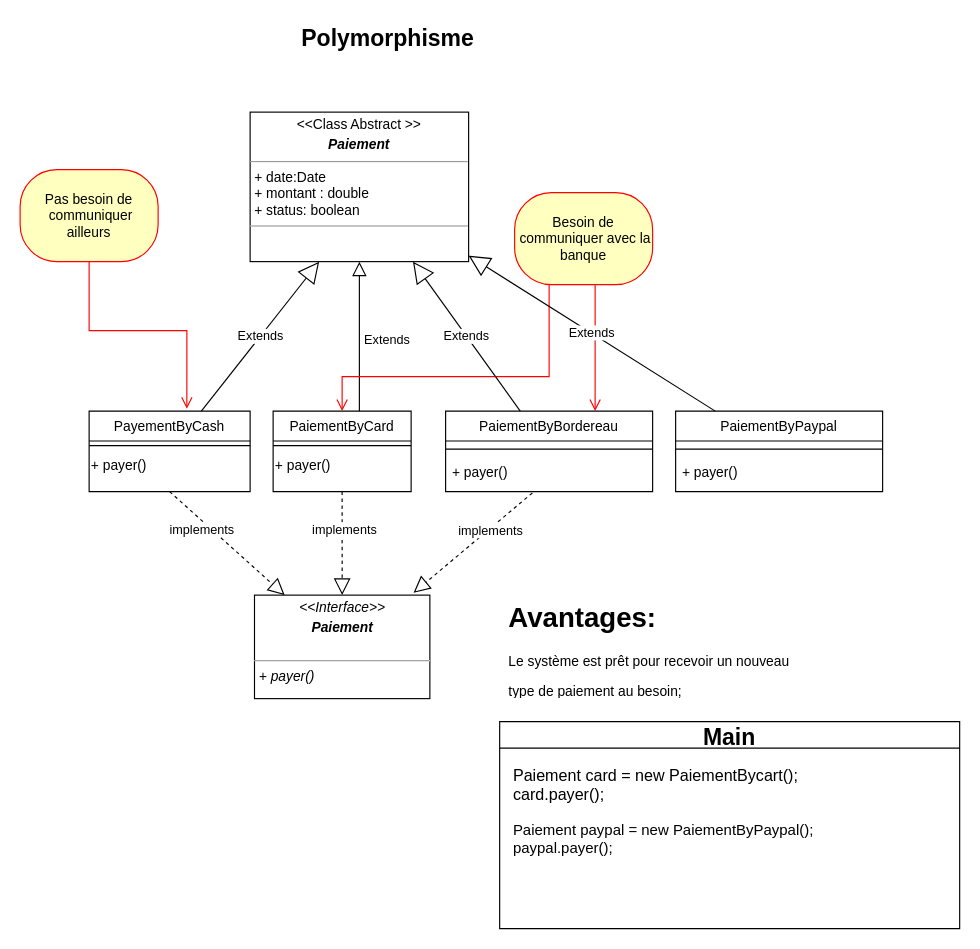
This is Polymorphisme/Polymorphisme.drawio from LuisCODS/UML-POO, a draw.io file, before an edit. Source tidied: cells renumbered, new cells numbered last; positions are measured from the earlier drawing's top-left corner, leaving out a move shared by most shapes. Both pictures are drawn from the tidied source at 115%, with x=0, y=0 at pixel (20, 20).
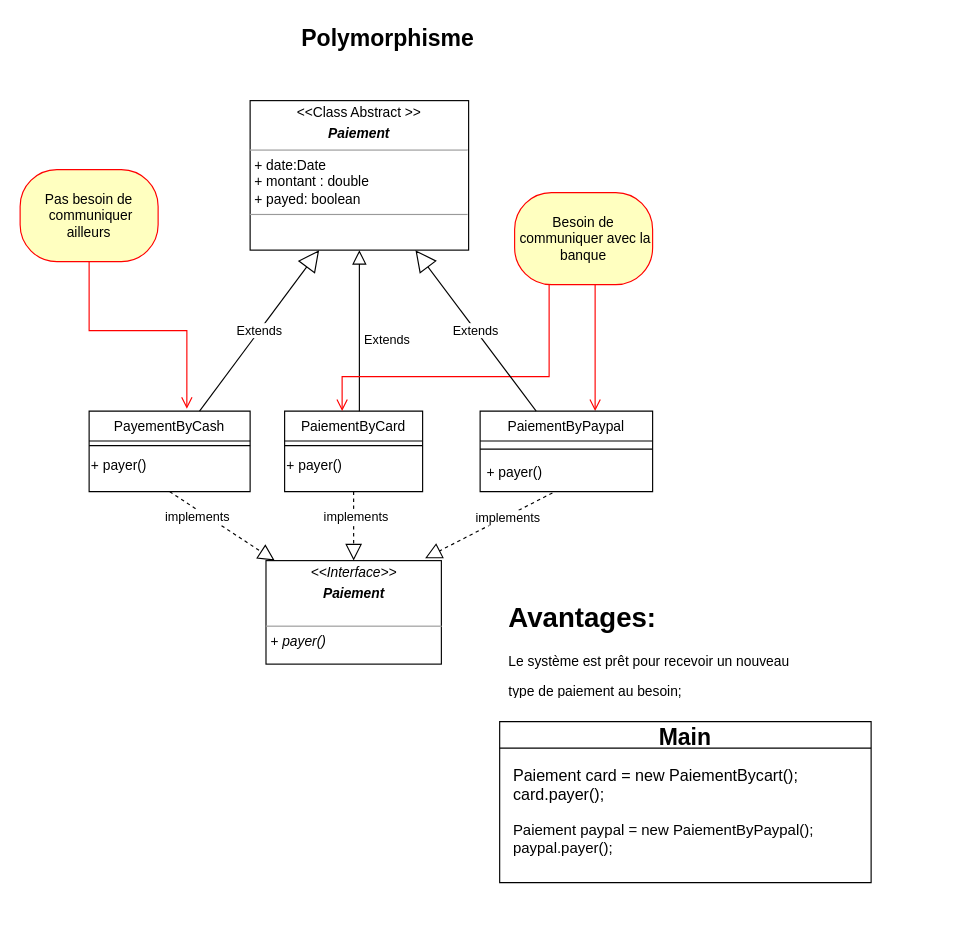
Above is the later version.

Diff of the diagram source:
```diff
@@
     <mxCell id="2" value="PaiementByCard" style="swimlane;fontStyle=0;align=center;verticalAlign=top;horizontal=1;startSize=26;rounded=0;shadow=0;strokeWidth=1;" parent="1" vertex="1">
-      <mxGeometry x="220" y="340" width="120" height="70" as="geometry" />
+      <mxGeometry x="230" y="340" width="120" height="70" as="geometry" />
     </mxCell>
@@
     <mxCell id="6" value="&lt;p style=&quot;margin:0px;margin-top:4px;text-align:center;&quot;&gt;&lt;i&gt;&amp;lt;&amp;lt;Interface&amp;gt;&amp;gt;&lt;/i&gt;&lt;/p&gt;&lt;p style=&quot;margin:0px;margin-top:4px;text-align:center;&quot;&gt;&lt;i&gt;&lt;b&gt;Paiement&lt;/b&gt;&lt;br&gt;&lt;/i&gt;&lt;/p&gt;&lt;i&gt;&lt;br&gt;&lt;/i&gt;&lt;hr size=&quot;1&quot;&gt;&lt;p style=&quot;margin:0px;margin-left:4px;&quot;&gt;&lt;i&gt;+ payer()&lt;br&gt;&lt;/i&gt;&lt;/p&gt;" style="verticalAlign=top;align=left;overflow=fill;fontSize=12;fontFamily=Helvetica;html=1;" parent="1" vertex="1">
-      <mxGeometry x="203.8" y="500" width="152.5" height="90" as="geometry" />
+      <mxGeometry x="213.8" y="470" width="152.5" height="90" as="geometry" />
     </mxCell>
-    <mxCell id="7" value="&lt;p style=&quot;margin:0px;margin-top:4px;text-align:center;&quot;&gt;&amp;lt;&amp;lt;Class Abstract &amp;gt;&amp;gt;&lt;/p&gt;&lt;p style=&quot;margin:0px;margin-top:4px;text-align:center;&quot;&gt;&lt;i&gt;&lt;b&gt;Paiement&lt;/b&gt;&lt;/i&gt;&lt;br&gt;&lt;/p&gt;&lt;hr size=&quot;1&quot;&gt;&lt;p style=&quot;margin:0px;margin-left:4px;&quot;&gt;+ date:Date&lt;/p&gt;&lt;p style=&quot;margin:0px;margin-left:4px;&quot;&gt;+ montant : double&lt;/p&gt;&lt;p style=&quot;margin:0px;margin-left:4px;&quot;&gt;+ status: boolean&lt;br&gt;&lt;/p&gt;&lt;hr size=&quot;1&quot;&gt;&lt;p style=&quot;margin:0px;margin-left:4px;&quot;&gt;&lt;br&gt;&lt;br&gt;&lt;/p&gt;" style="verticalAlign=top;align=left;overflow=fill;fontSize=12;fontFamily=Helvetica;html=1;" parent="1" vertex="1">
-      <mxGeometry x="200" y="80" width="190" height="130" as="geometry" />
+    <mxCell id="7" value="&lt;p style=&quot;margin:0px;margin-top:4px;text-align:center;&quot;&gt;&amp;lt;&amp;lt;Class Abstract &amp;gt;&amp;gt;&lt;/p&gt;&lt;p style=&quot;margin:0px;margin-top:4px;text-align:center;&quot;&gt;&lt;i&gt;&lt;b&gt;Paiement&lt;/b&gt;&lt;/i&gt;&lt;br&gt;&lt;/p&gt;&lt;hr size=&quot;1&quot;&gt;&lt;p style=&quot;margin:0px;margin-left:4px;&quot;&gt;+ date:Date&lt;/p&gt;&lt;p style=&quot;margin:0px;margin-left:4px;&quot;&gt;+ montant : double&lt;/p&gt;&lt;p style=&quot;margin:0px;margin-left:4px;&quot;&gt;+ payed: boolean&lt;br&gt;&lt;/p&gt;&lt;hr size=&quot;1&quot;&gt;&lt;p style=&quot;margin:0px;margin-left:4px;&quot;&gt;&lt;br&gt;&lt;br&gt;&lt;/p&gt;" style="verticalAlign=top;align=left;overflow=fill;fontSize=12;fontFamily=Helvetica;html=1;" parent="1" vertex="1">
+      <mxGeometry x="200" y="70" width="190" height="130" as="geometry" />
     </mxCell>
@@
-    <mxCell id="23" value="PaiementByBordereau" style="swimlane;fontStyle=0;align=center;verticalAlign=top;horizontal=1;startSize=26;" parent="1" vertex="1">
-      <mxGeometry x="370" y="340" width="180" height="70" as="geometry" />
+    <mxCell id="23" value="PaiementByPaypal" style="swimlane;fontStyle=0;align=center;verticalAlign=top;horizontal=1;startSize=26;" parent="1" vertex="1">
+      <mxGeometry x="400" y="340" width="150" height="70" as="geometry" />
     </mxCell>
     <mxCell id="24" style="line;strokeWidth=1;fillColor=none;align=left;verticalAlign=middle;spacingTop=-1;spacingLeft=3;spacingRight=3;labelPosition=right;strokeColor=inherit;" parent="23" vertex="1">
-      <mxGeometry y="26" width="180" height="14" as="geometry" />
+      <mxGeometry y="26" width="150" height="14" as="geometry" />
     </mxCell>
     <mxCell id="25" value="+ payer()&#10;" style="text;strokeColor=none;fillColor=none;align=left;verticalAlign=top;spacingLeft=4;spacingRight=4;overflow=hidden;points=[[0,0.5],[1,0.5]];portConstraint=eastwest;" parent="23" vertex="1">
-      <mxGeometry y="40" width="180" height="30" as="geometry" />
+      <mxGeometry y="40" width="150" height="30" as="geometry" />
     </mxCell>
@@
     <mxCell id="30" value="Main" style="swimlane;fontSize=20;" parent="1" vertex="1">
-      <mxGeometry x="417" y="610" width="400" height="180" as="geometry" />
+      <mxGeometry x="417" y="610" width="323" height="140" as="geometry" />
     </mxCell>
@@
-    <mxCell id="33" value="PaiementByPaypal" style="swimlane;fontStyle=0;align=center;verticalAlign=top;horizontal=1;startSize=26;" parent="1" vertex="1">
-      <mxGeometry x="570" y="340" width="180" height="70" as="geometry" />
-    </mxCell>
-    <mxCell id="34" style="line;strokeWidth=1;fillColor=none;align=left;verticalAlign=middle;spacingTop=-1;spacingLeft=3;spacingRight=3;labelPosition=right;strokeColor=inherit;" parent="33" vertex="1">
-      <mxGeometry y="26" width="180" height="14" as="geometry" />
-    </mxCell>
-    <mxCell id="35" value="+ payer()&#10;" style="text;strokeColor=none;fillColor=none;align=left;verticalAlign=top;spacingLeft=4;spacingRight=4;overflow=hidden;" parent="33" vertex="1">
-      <mxGeometry y="40" width="180" height="30" as="geometry" />
-    </mxCell>
-    <mxCell id="36" value="Extends" style="endArrow=block;endSize=16;endFill=0;html=1;rounded=0;" parent="1" edge="1" source="33" target="7">
-      <mxGeometry relative="1" as="geometry" />
-    </mxCell>
```
